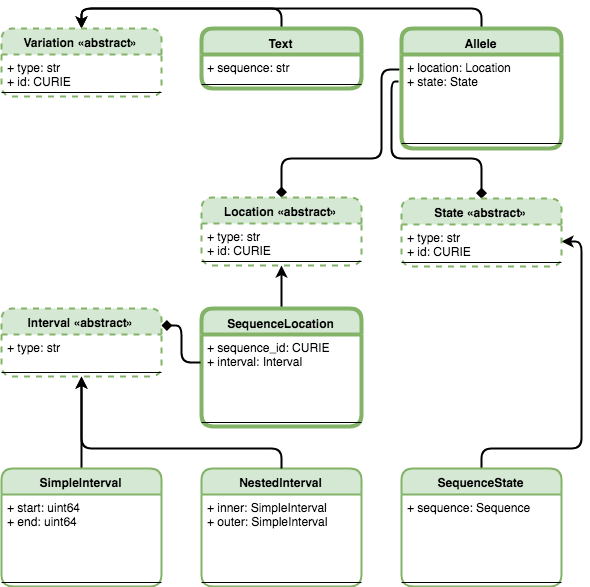
The draw.io diagram docs/source/images/object_graph.png in ga4gh/vrs, before a commit. Source tidied: cells renumbered, new cells last; positions are measured from the earlier drawing's top-left corner, leaving out a move shared by most shapes.
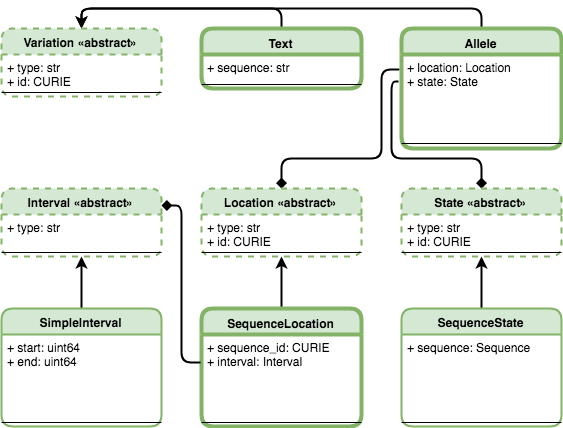
After the change.

Change to the diagram source:
```diff
@@ -75,7 +75,7 @@
       <mxGeometry relative="1" as="geometry" />
     </mxCell>
     <mxCell id="19" value="SimpleInterval" style="swimlane;fontStyle=1;align=center;verticalAlign=top;horizontal=1;startSize=26;strokeWidth=2;perimeterSpacing=0;rounded=1;swimlaneLine=1;glass=0;comic=0;fillColor=#d5e8d4;strokeColor=#82b366;" parent="1" vertex="1">
-      <mxGeometry y="460" width="160" height="118" as="geometry" />
+      <mxGeometry y="300" width="160" height="118" as="geometry" />
     </mxCell>
     <mxCell id="20" value="+ start: uint64 &#10;+ end: uint64&#10;" style="text;strokeColor=none;fillColor=none;align=left;verticalAlign=top;spacingLeft=4;spacingRight=4;overflow=hidden;" parent="19" vertex="1">
       <mxGeometry y="26" width="160" height="84" as="geometry" />
@@ -84,7 +84,7 @@
       <mxGeometry y="110" width="160" height="8" as="geometry" />
     </mxCell>
     <mxCell id="22" value="Location «abstract»" style="swimlane;fontStyle=1;align=center;verticalAlign=top;horizontal=1;startSize=26;fillColor=#d5e8d4;strokeColor=#82b366;strokeWidth=2;dashed=1;rounded=1;" parent="1" vertex="1">
-      <mxGeometry x="200" y="189" width="160" height="68" as="geometry" />
+      <mxGeometry x="200" y="180" width="160" height="68" as="geometry" />
     </mxCell>
     <mxCell id="23" value="+ type: str&#10;+ id: CURIE&#10;" style="text;strokeColor=none;fillColor=none;align=left;verticalAlign=top;spacingLeft=4;spacingRight=4;overflow=hidden;" parent="22" vertex="1">
       <mxGeometry y="26" width="160" height="34" as="geometry" />
@@ -96,7 +96,7 @@
       <mxGeometry relative="1" as="geometry" />
     </mxCell>
     <mxCell id="26" value="Interval «abstract»" style="swimlane;fontStyle=1;align=center;verticalAlign=top;horizontal=1;startSize=26;fillColor=#d5e8d4;strokeColor=#82b366;dashed=1;strokeWidth=2;rounded=1;" parent="1" vertex="1">
-      <mxGeometry y="300" width="160" height="68" as="geometry" />
+      <mxGeometry y="180" width="160" height="68" as="geometry" />
     </mxCell>
     <mxCell id="27" value="+ type: str&#10;" style="text;strokeColor=none;fillColor=none;align=left;verticalAlign=top;spacingLeft=4;spacingRight=4;overflow=hidden;" parent="26" vertex="1">
       <mxGeometry y="26" width="160" height="34" as="geometry" />
@@ -104,26 +104,16 @@
     <mxCell id="28" style="line;strokeWidth=1;fillColor=none;align=left;verticalAlign=middle;spacingTop=-1;spacingLeft=3;spacingRight=3;labelPosition=right;" parent="26" vertex="1">
       <mxGeometry y="60" width="160" height="8" as="geometry" />
     </mxCell>
-    <mxCell id="29" value="NestedInterval" style="swimlane;fontStyle=1;align=center;verticalAlign=top;horizontal=1;startSize=26;strokeWidth=2;perimeterSpacing=0;rounded=1;swimlaneLine=1;glass=0;comic=0;fillColor=#d5e8d4;strokeColor=#82b366;" parent="1" vertex="1">
-      <mxGeometry x="200" y="460" width="160" height="118" as="geometry" />
-    </mxCell>
-    <mxCell id="30" value="+ inner: SimpleInterval &#10;+ outer: SimpleInterval&#10;" style="text;strokeColor=none;fillColor=none;align=left;verticalAlign=top;spacingLeft=4;spacingRight=4;overflow=hidden;" parent="29" vertex="1">
-      <mxGeometry y="26" width="160" height="84" as="geometry" />
-    </mxCell>
-    <mxCell id="31" style="line;strokeWidth=1;fillColor=none;align=left;verticalAlign=middle;spacingTop=-1;spacingLeft=3;spacingRight=3;labelPosition=right;" parent="29" vertex="1">
-      <mxGeometry y="110" width="160" height="8" as="geometry" />
-    </mxCell>
-    <mxCell id="32" style="edgeStyle=orthogonalEdgeStyle;jettySize=auto;html=1;exitX=0.5;exitY=0;exitDx=0;exitDy=0;entryX=1;entryY=0.5;entryDx=0;entryDy=0;strokeWidth=2;" parent="1" edge="1" source="33" target="38">
+    <mxCell id="32" style="edgeStyle=orthogonalEdgeStyle;jettySize=auto;html=1;exitX=0.5;exitY=0;exitDx=0;exitDy=0;entryX=0.5;entryY=1;entryDx=0;entryDy=0;strokeWidth=2;" parent="1" edge="1" source="33" target="37">
       <mxGeometry relative="1" as="geometry">
         <Array as="points">
-          <mxPoint x="480" y="440" />
-          <mxPoint x="580" y="440" />
-          <mxPoint x="580" y="233" />
+          <mxPoint x="480" y="280" />
+          <mxPoint x="480" y="280" />
         </Array>
       </mxGeometry>
     </mxCell>
     <mxCell id="33" value="SequenceState" style="swimlane;fontStyle=1;align=center;verticalAlign=top;horizontal=1;startSize=26;strokeWidth=2;perimeterSpacing=0;rounded=1;swimlaneLine=1;glass=0;comic=0;fillColor=#d5e8d4;strokeColor=#82b366;" parent="1" vertex="1">
-      <mxGeometry x="400" y="460" width="160" height="118" as="geometry" />
+      <mxGeometry x="400" y="300" width="160" height="118" as="geometry" />
     </mxCell>
     <mxCell id="34" value="+ sequence: Sequence&#10;" style="text;strokeColor=none;fillColor=none;align=left;verticalAlign=top;spacingLeft=4;spacingRight=4;overflow=hidden;" parent="33" vertex="1">
       <mxGeometry y="26" width="160" height="84" as="geometry" />
@@ -141,7 +131,7 @@
       </mxGeometry>
     </mxCell>
     <mxCell id="37" value="State «abstract»" style="swimlane;fontStyle=1;align=center;verticalAlign=top;horizontal=1;startSize=26;fillColor=#d5e8d4;strokeColor=#82b366;strokeWidth=2;dashed=1;rounded=1;" parent="1" vertex="1">
-      <mxGeometry x="400" y="190" width="160" height="68" as="geometry" />
+      <mxGeometry x="400" y="180" width="160" height="68" as="geometry" />
     </mxCell>
     <mxCell id="38" value="+ type: str&#10;+ id: CURIE&#10;" style="text;strokeColor=none;fillColor=none;align=left;verticalAlign=top;spacingLeft=4;spacingRight=4;overflow=hidden;points=[[0,0.5],[1,0.5]];portConstraint=eastwest;" parent="37" vertex="1">
       <mxGeometry y="26" width="160" height="34" as="geometry" />
@@ -149,13 +139,5 @@
     <mxCell id="39" style="line;strokeWidth=1;fillColor=none;align=left;verticalAlign=middle;spacingTop=-1;spacingLeft=3;spacingRight=3;labelPosition=right;" parent="37" vertex="1">
       <mxGeometry y="60" width="160" height="8" as="geometry" />
     </mxCell>
-    <mxCell id="40" style="edgeStyle=orthogonalEdgeStyle;jettySize=auto;html=1;exitX=0.5;exitY=0;exitDx=0;exitDy=0;entryX=0.5;entryY=1;entryDx=0;entryDy=0;strokeWidth=2;" parent="1" edge="1" source="29" target="26">
-      <mxGeometry relative="1" as="geometry">
-        <Array as="points">
-          <mxPoint x="280" y="440" />
-          <mxPoint x="80" y="440" />
-        </Array>
-      </mxGeometry>
-    </mxCell>
   </root>
 </mxGraphModel>
```
